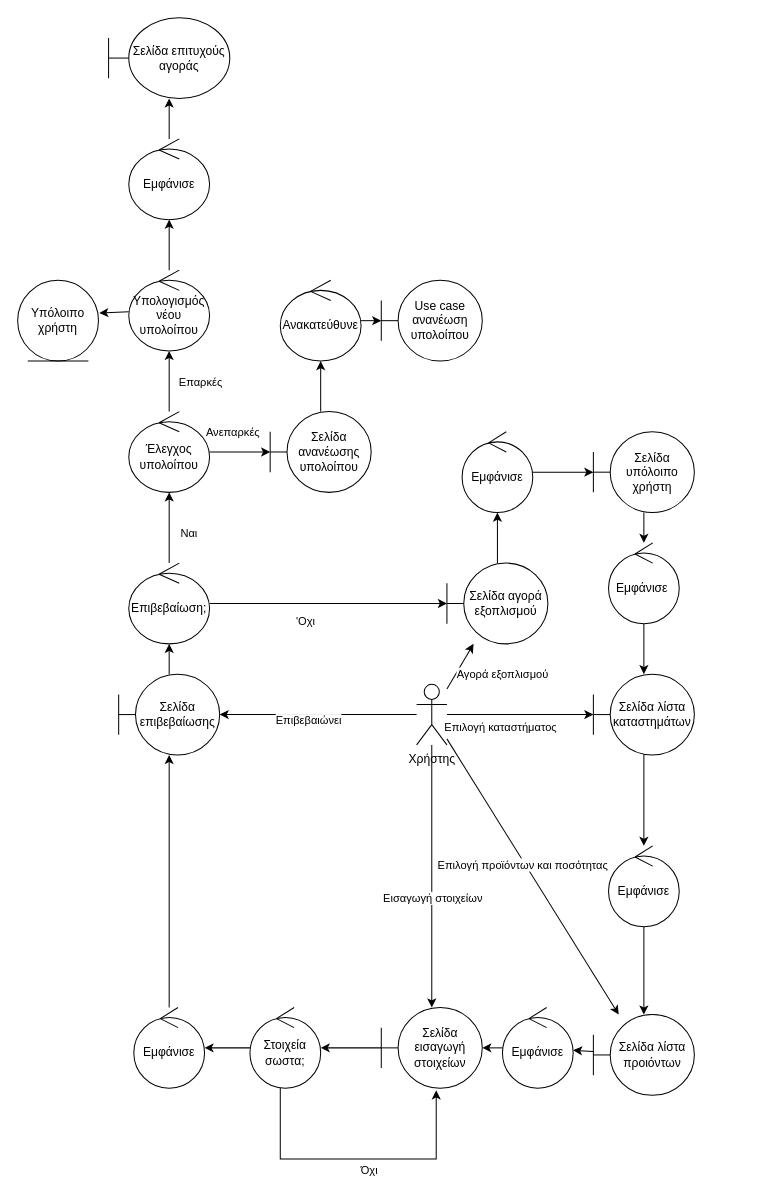
Earlier version of the draw.io diagram ΤΡΙΤΟ ΠΑΡΑΔΟΤΕΟ/Robustness-diagrams_v0.1/rd_αγορά_επαγγελματικού_εξοπλισμού.drawio (Dionkaps/Eu-Zin). Source tidied: cells renumbered, new cells numbered last; positions are measured from the earlier drawing's top-left corner, leaving out a move shared by most shapes. Both pictures are drawn from the tidied source at 101%, with x=0, y=0 at pixel (17, 17).
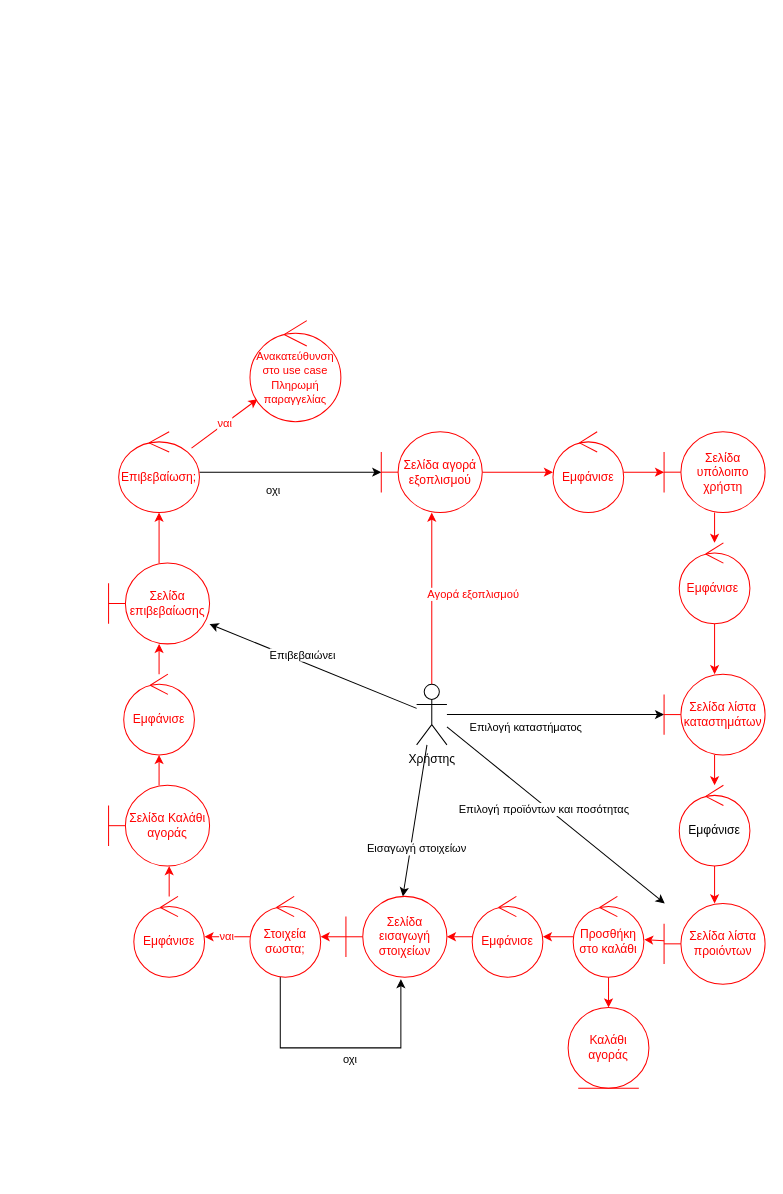
After the change.

The change refers to these unchanged cells:
```xml
<mxCell id="12" value="Χρήστης" style="shape=umlActor;verticalLabelPosition=bottom;verticalAlign=top;html=1;outlineConnect=0;" parent="1" vertex="1">
  <mxGeometry x="395" y="660" width="30" height="60" as="geometry" />
</mxCell>
<mxCell id="39" style="edgeStyle=none;rounded=0;jettySize=auto;html=1;" parent="1" edge="1" source="44" target="14">
  <mxGeometry relative="1" as="geometry" />
</mxCell>
```

What changed in the source:
```diff
@@
-    <mxCell id="2" style="rounded=0;jettySize=auto;html=1;" parent="1" edge="1" source="12" target="14">
+    <mxCell id="2" style="rounded=0;jettySize=auto;html=1;fillColor=#FF0000;strokeColor=#FF0000;" parent="1" edge="1" source="12" target="14">
       <mxGeometry relative="1" as="geometry" />
     </mxCell>
-    <mxCell id="3" value="Αγορά εξοπλισμού" style="edgeLabel;html=1;align=center;verticalAlign=middle;" parent="2" vertex="1">
+    <mxCell id="3" value="&lt;font color=&quot;#ff0000&quot;&gt;Αγορά εξοπλισμού&lt;/font&gt;" style="edgeLabel;html=1;align=center;verticalAlign=middle;" parent="2" vertex="1">
       <mxGeometry x="0.17" y="-4" relative="1" as="geometry">
         <mxPoint x="36" y="9" as="offset" />
       </mxGeometry>
     </mxCell>
@@
-    <mxCell id="13" style="rounded=0;jettySize=auto;html=1;" parent="1" edge="1" source="14" target="16">
+    <mxCell id="13" style="rounded=0;jettySize=auto;html=1;strokeColor=#FF0000;" parent="1" edge="1" source="14" target="16">
       <mxGeometry relative="1" as="geometry" />
     </mxCell>
-    <mxCell id="14" value="Σελίδα αγορά εξοπλισμού" style="shape=umlBoundary;whiteSpace=wrap;html=1;" parent="1" vertex="1">
-      <mxGeometry x="425" y="540" width="100" height="80" as="geometry" />
+    <mxCell id="14" value="&lt;font color=&quot;#ff0000&quot;&gt;Σελίδα αγορά εξοπλισμού&lt;/font&gt;" style="shape=umlBoundary;whiteSpace=wrap;html=1;strokeColor=#FF0000;" parent="1" vertex="1">
+      <mxGeometry x="360" y="410" width="100" height="80" as="geometry" />
     </mxCell>
-    <mxCell id="15" style="edgeStyle=none;rounded=0;jettySize=auto;html=1;" parent="1" edge="1" source="16" target="18">
+    <mxCell id="15" style="edgeStyle=none;rounded=0;jettySize=auto;html=1;strokeColor=#FF0000;" parent="1" edge="1" source="16" target="18">
       <mxGeometry relative="1" as="geometry" />
     </mxCell>
-    <mxCell id="16" value="Εμφάνισε" style="ellipse;shape=umlControl;whiteSpace=wrap;html=1;" parent="1" vertex="1">
-      <mxGeometry x="440" y="410" width="70" height="80" as="geometry" />
+    <mxCell id="16" value="&lt;font color=&quot;#ff0000&quot;&gt;Εμφάνισε&lt;/font&gt;" style="ellipse;shape=umlControl;whiteSpace=wrap;html=1;strokeColor=#FF0000;" parent="1" vertex="1">
+      <mxGeometry x="530" y="410" width="70" height="80" as="geometry" />
     </mxCell>
-    <mxCell id="17" style="edgeStyle=none;rounded=0;jettySize=auto;html=1;" parent="1" edge="1" source="18" target="20">
+    <mxCell id="17" style="edgeStyle=none;rounded=0;jettySize=auto;html=1;strokeColor=#FF0000;" parent="1" edge="1" source="18" target="20">
       <mxGeometry relative="1" as="geometry" />
     </mxCell>
-    <mxCell id="18" value="Σελίδα υπόλοιπο χρήστη" style="shape=umlBoundary;whiteSpace=wrap;html=1;" parent="1" vertex="1">
-      <mxGeometry x="570" y="410" width="100" height="80" as="geometry" />
+    <mxCell id="18" value="&lt;font color=&quot;#ff0000&quot;&gt;Σελίδα υπόλοιπο χρήστη&lt;/font&gt;" style="shape=umlBoundary;whiteSpace=wrap;html=1;strokeColor=#FF0000;" parent="1" vertex="1">
+      <mxGeometry x="640" y="410" width="100" height="80" as="geometry" />
     </mxCell>
-    <mxCell id="19" style="edgeStyle=none;rounded=0;jettySize=auto;html=1;" parent="1" edge="1" source="20" target="22">
+    <mxCell id="19" style="edgeStyle=none;rounded=0;jettySize=auto;html=1;strokeColor=#FF0000;" parent="1" edge="1" source="20" target="22">
       <mxGeometry relative="1" as="geometry" />
     </mxCell>
-    <mxCell id="20" value="Εμφάνισε&amp;nbsp;" style="ellipse;shape=umlControl;whiteSpace=wrap;html=1;" parent="1" vertex="1">
-      <mxGeometry x="585" y="520" width="70" height="80" as="geometry" />
+    <mxCell id="20" value="&lt;font color=&quot;#ff0000&quot;&gt;Εμφάνισε&amp;nbsp;&lt;/font&gt;" style="ellipse;shape=umlControl;whiteSpace=wrap;html=1;strokeColor=#FF0000;" parent="1" vertex="1">
+      <mxGeometry x="655" y="520" width="70" height="80" as="geometry" />
     </mxCell>
-    <mxCell id="21" style="edgeStyle=none;rounded=0;jettySize=auto;html=1;" parent="1" edge="1" source="22" target="24">
+    <mxCell id="21" style="edgeStyle=none;rounded=0;jettySize=auto;html=1;exitX=0.5;exitY=1;exitDx=0;exitDy=0;exitPerimeter=0;strokeColor=#FF0000;" parent="1" edge="1" source="22" target="24">
       <mxGeometry relative="1" as="geometry" />
     </mxCell>
-    <mxCell id="22" value="Σελίδα λίστα καταστημάτων" style="shape=umlBoundary;whiteSpace=wrap;html=1;" parent="1" vertex="1">
-      <mxGeometry x="570" y="650" width="100" height="80" as="geometry" />
+    <mxCell id="22" value="&lt;font color=&quot;#ff0000&quot;&gt;Σελίδα λίστα καταστημάτων&lt;/font&gt;" style="shape=umlBoundary;whiteSpace=wrap;html=1;strokeColor=#FF0000;" parent="1" vertex="1">
+      <mxGeometry x="640" y="650" width="100" height="80" as="geometry" />
     </mxCell>
-    <mxCell id="23" style="edgeStyle=none;rounded=0;jettySize=auto;html=1;" parent="1" edge="1" source="24" target="26">
+    <mxCell id="23" style="edgeStyle=none;rounded=0;jettySize=auto;html=1;strokeColor=#FF0000;" parent="1" edge="1" source="24" target="26">
       <mxGeometry relative="1" as="geometry" />
     </mxCell>
-    <mxCell id="24" value="Εμφάνισε" style="ellipse;shape=umlControl;whiteSpace=wrap;html=1;" parent="1" vertex="1">
-      <mxGeometry x="585" y="820" width="70" height="80" as="geometry" />
+    <mxCell id="24" value="Εμφάνισε" style="ellipse;shape=umlControl;whiteSpace=wrap;html=1;strokeColor=#FF0000;" parent="1" vertex="1">
+      <mxGeometry x="655" y="760" width="70" height="80" as="geometry" />
     </mxCell>
-    <mxCell id="25" style="edgeStyle=none;rounded=0;jettySize=auto;html=1;" parent="1" edge="1" source="26" target="28">
+    <mxCell id="25" style="edgeStyle=none;rounded=0;jettySize=auto;html=1;strokeColor=#FF0000;entryX=1.005;entryY=0.535;entryDx=0;entryDy=0;entryPerimeter=0;" parent="1" edge="1" source="26" target="66">
       <mxGeometry relative="1" as="geometry" />
     </mxCell>
-    <mxCell id="26" value="Σελίδα λίστα προιόντων" style="shape=umlBoundary;whiteSpace=wrap;html=1;" parent="1" vertex="1">
-      <mxGeometry x="570" y="987" width="100" height="80" as="geometry" />
+    <mxCell id="26" value="&lt;font color=&quot;#ff0000&quot;&gt;Σελίδα λίστα προιόντων&lt;/font&gt;" style="shape=umlBoundary;whiteSpace=wrap;html=1;strokeColor=#FF0000;" parent="1" vertex="1">
+      <mxGeometry x="640" y="877" width="100" height="80" as="geometry" />
     </mxCell>
-    <mxCell id="27" style="edgeStyle=none;rounded=0;jettySize=auto;html=1;" parent="1" edge="1" source="28" target="30">
-      <mxGeometry relative="1" as="geometry" />
+    <mxCell id="27" style="edgeStyle=none;rounded=0;jettySize=auto;html=1;strokeColor=#FF0000;" parent="1" edge="1" source="28" target="30">
+      <mxGeometry relative="1" as="geometry">
+        <Array as="points">
+          <mxPoint x="470" y="910" />
+        </Array>
+      </mxGeometry>
     </mxCell>
-    <mxCell id="28" value="Εμφάνισε" style="ellipse;shape=umlControl;whiteSpace=wrap;html=1;" parent="1" vertex="1">
-      <mxGeometry x="480" y="980" width="70" height="80" as="geometry" />
+    <mxCell id="28" value="&lt;font color=&quot;#ff0000&quot;&gt;Εμφάνισε&lt;/font&gt;" style="ellipse;shape=umlControl;whiteSpace=wrap;html=1;strokeColor=#FF0000;" parent="1" vertex="1">
+      <mxGeometry x="450" y="870" width="70" height="80" as="geometry" />
     </mxCell>
-    <mxCell id="29" style="edgeStyle=none;rounded=0;jettySize=auto;html=1;" parent="1" edge="1" source="30" target="34">
+    <mxCell id="29" style="edgeStyle=none;rounded=0;jettySize=auto;html=1;strokeColor=#FF0000;" parent="1" edge="1" source="30" target="34">
       <mxGeometry relative="1" as="geometry" />
     </mxCell>
-    <mxCell id="30" value="Σελίδα εισαγωγή στοιχείων" style="shape=umlBoundary;whiteSpace=wrap;html=1;" parent="1" vertex="1">
-      <mxGeometry x="360" y="980" width="100" height="80" as="geometry" />
+    <mxCell id="30" value="&lt;font color=&quot;#ff0000&quot;&gt;Σελίδα εισαγωγή στοιχείων&lt;/font&gt;" style="shape=umlBoundary;whiteSpace=wrap;html=1;strokeColor=#FF0000;" parent="1" vertex="1">
+      <mxGeometry x="325" y="870" width="100" height="80" as="geometry" />
     </mxCell>
     <mxCell id="31" style="edgeStyle=orthogonalEdgeStyle;rounded=0;jettySize=auto;html=1;entryX=0.544;entryY=1.025;entryDx=0;entryDy=0;entryPerimeter=0;" parent="1" edge="1" source="34" target="30">
       <mxGeometry relative="1" as="geometry">
         <Array as="points">
-          <mxPoint x="260" y="1130" />
-          <mxPoint x="414" y="1130" />
+          <mxPoint x="260" y="1020" />
+          <mxPoint x="380" y="1020" />
+          <mxPoint x="380" y="952" />
         </Array>
       </mxGeometry>
     </mxCell>
-    <mxCell id="32" value="Όχι" style="edgeLabel;html=1;align=center;verticalAlign=middle;" parent="31" vertex="1">
+    <mxCell id="32" value="οχι" style="edgeLabel;html=1;align=center;verticalAlign=middle;" parent="31" vertex="1">
       <mxGeometry x="0.08" y="-1" relative="1" as="geometry">
         <mxPoint y="9" as="offset" />
       </mxGeometry>
     </mxCell>
-    <mxCell id="33" style="edgeStyle=orthogonalEdgeStyle;rounded=0;jettySize=auto;html=1;" parent="1" edge="1" source="34" target="36">
+    <mxCell id="33" value="&lt;font color=&quot;#ff0000&quot;&gt;ναι&lt;/font&gt;" style="edgeStyle=orthogonalEdgeStyle;rounded=0;jettySize=auto;html=1;strokeColor=#FF0000;" parent="1" edge="1" source="34" target="36">
       <mxGeometry relative="1" as="geometry" />
     </mxCell>
-    <mxCell id="34" value="Στοιχεία σωστα;" style="ellipse;shape=umlControl;whiteSpace=wrap;html=1;" parent="1" vertex="1">
-      <mxGeometry x="230" y="980" width="70" height="80" as="geometry" />
+    <mxCell id="34" value="&lt;font color=&quot;#ff0000&quot;&gt;Στοιχεία σωστα;&lt;/font&gt;" style="ellipse;shape=umlControl;whiteSpace=wrap;html=1;strokeColor=#FF0000;" parent="1" vertex="1">
+      <mxGeometry x="230" y="870" width="70" height="80" as="geometry" />
     </mxCell>
-    <mxCell id="35" style="edgeStyle=orthogonalEdgeStyle;rounded=0;jettySize=auto;html=1;" parent="1" edge="1" source="36" target="38">
-      <mxGeometry relative="1" as="geometry" />
+    <mxCell id="35" style="edgeStyle=orthogonalEdgeStyle;rounded=0;jettySize=auto;html=1;strokeColor=#FF0000;" parent="1" edge="1" source="36">
+      <mxGeometry relative="1" as="geometry">
+        <mxPoint x="150" y="840" as="targetPoint" />
+      </mxGeometry>
     </mxCell>
-    <mxCell id="36" value="Εμφάνισε" style="ellipse;shape=umlControl;whiteSpace=wrap;html=1;" parent="1" vertex="1">
-      <mxGeometry x="115" y="980" width="70" height="80" as="geometry" />
+    <mxCell id="36" value="&lt;font color=&quot;#ff0000&quot;&gt;Εμφάνισε&lt;/font&gt;" style="ellipse;shape=umlControl;whiteSpace=wrap;html=1;strokeColor=#FF0000;" parent="1" vertex="1">
+      <mxGeometry x="115" y="870" width="70" height="80" as="geometry" />
     </mxCell>
-    <mxCell id="37" style="rounded=0;jettySize=auto;html=1;" parent="1" edge="1" source="38" target="44">
+    <mxCell id="37" style="rounded=0;jettySize=auto;html=1;strokeColor=#FF0000;" parent="1" edge="1" source="38" target="44">
       <mxGeometry relative="1" as="geometry" />
     </mxCell>
-    <mxCell id="38" value="Σελίδα επιβεβαίωσης" style="shape=umlBoundary;whiteSpace=wrap;html=1;" parent="1" vertex="1">
-      <mxGeometry x="100" y="650" width="100" height="80" as="geometry" />
+    <mxCell id="38" value="&lt;font color=&quot;#ff0000&quot;&gt;Σελίδα επιβεβαίωσης&lt;/font&gt;" style="shape=umlBoundary;whiteSpace=wrap;html=1;strokeColor=#FF0000;" parent="1" vertex="1">
+      <mxGeometry x="90" y="540" width="100" height="80" as="geometry" />
     </mxCell>
@@
-    <mxCell id="40" value="'Οχι" style="edgeLabel;html=1;align=center;verticalAlign=middle;" parent="39" vertex="1">
+    <mxCell id="40" value="οχι" style="edgeLabel;html=1;align=center;verticalAlign=middle;" parent="39" vertex="1">
       <mxGeometry x="-0.21" relative="1" as="geometry">
         <mxPoint x="1" y="17" as="offset" />
       </mxGeometry>
     </mxCell>
-    <mxCell id="41" style="edgeStyle=none;rounded=0;jettySize=auto;html=1;" parent="1" edge="1" target="49">
+    <mxCell id="41" style="edgeStyle=none;rounded=0;orthogonalLoop=1;jettySize=auto;html=1;" parent="1" edge="1">
       <mxGeometry relative="1" as="geometry">
-        <mxPoint x="148" y="470" as="sourcePoint" />
+        <mxPoint x="148" y="480.1" as="sourcePoint" />
+        <mxPoint x="148.9" y="480" as="targetPoint" />
       </mxGeometry>
     </mxCell>
-    <mxCell id="42" style="edgeStyle=none;rounded=0;jettySize=auto;html=1;" parent="1" edge="1" source="44" target="49">
-      <mxGeometry relative="1" as="geometry" />
-    </mxCell>
-    <mxCell id="43" value="Ναι&amp;nbsp;" style="edgeLabel;html=1;align=center;verticalAlign=middle;" parent="42" vertex="1">
-      <mxGeometry x="-0.62" y="-1" relative="1" as="geometry">
-        <mxPoint x="19" y="-17" as="offset" />
-      </mxGeometry>
-    </mxCell>
+    <mxCell id="62" value="ναι" style="rounded=0;jettySize=auto;html=1;strokeColor=#FF0000;fontColor=#FF0000;fillColor=#FF0000;" parent="1" edge="1" source="44" target="70">
+      <mxGeometry relative="1" as="geometry" />
+    </mxCell>
-    <mxCell id="44" value="Επιβεβαίωση;" style="ellipse;shape=umlControl;whiteSpace=wrap;html=1;" parent="1" vertex="1">
-      <mxGeometry x="110" y="540" width="80" height="80" as="geometry" />
+    <mxCell id="44" value="&lt;font color=&quot;#ff0000&quot;&gt;Επιβεβαίωση;&lt;/font&gt;" style="ellipse;shape=umlControl;whiteSpace=wrap;html=1;strokeColor=#FF0000;" parent="1" vertex="1">
+      <mxGeometry x="100" y="410" width="80" height="80" as="geometry" />
     </mxCell>
-    <mxCell id="45" style="edgeStyle=none;rounded=0;jettySize=auto;html=1;" parent="1" edge="1" source="49" target="52">
-      <mxGeometry relative="1" as="geometry" />
-    </mxCell>
-    <mxCell id="46" value="Επαρκές" style="edgeLabel;html=1;align=center;verticalAlign=middle;" parent="45" vertex="1">
-      <mxGeometry x="-0.43" y="1" relative="1" as="geometry">
-        <mxPoint x="31" y="-13" as="offset" />
-      </mxGeometry>
-    </mxCell>
-    <mxCell id="47" style="edgeStyle=none;rounded=0;jettySize=auto;html=1;" parent="1" edge="1" source="49" target="58">
-      <mxGeometry relative="1" as="geometry" />
-    </mxCell>
-    <mxCell id="48" value="Ανεπαρκές" style="edgeLabel;html=1;align=center;verticalAlign=middle;" parent="47" vertex="1">
-      <mxGeometry x="-0.39" y="2" relative="1" as="geometry">
-        <mxPoint x="4" y="-18" as="offset" />
-      </mxGeometry>
-    </mxCell>
-    <mxCell id="49" value="Έλεγχος υπολοίπου" style="ellipse;shape=umlControl;whiteSpace=wrap;html=1;" parent="1" vertex="1">
-      <mxGeometry x="110" y="390" width="80" height="80" as="geometry" />
-    </mxCell>
-    <mxCell id="50" style="edgeStyle=none;rounded=0;jettySize=auto;html=1;entryX=1.01;entryY=0.405;entryDx=0;entryDy=0;entryPerimeter=0;" parent="1" edge="1" source="52" target="53">
-      <mxGeometry relative="1" as="geometry" />
-    </mxCell>
-    <mxCell id="51" style="edgeStyle=none;rounded=0;jettySize=auto;html=1;" parent="1" edge="1" source="52" target="55">
-      <mxGeometry relative="1" as="geometry" />
-    </mxCell>
-    <mxCell id="52" value="Υπολογισμός νέου υπολοίπου" style="ellipse;shape=umlControl;whiteSpace=wrap;html=1;" parent="1" vertex="1">
-      <mxGeometry x="110" y="250" width="80" height="80" as="geometry" />
-    </mxCell>
-    <mxCell id="53" value="Υπόλοιπο χρήστη" style="ellipse;shape=umlEntity;whiteSpace=wrap;html=1;" parent="1" vertex="1">
-      <mxGeometry y="260" width="80" height="80" as="geometry" />
-    </mxCell>
-    <mxCell id="54" style="edgeStyle=none;rounded=0;jettySize=auto;html=1;" parent="1" edge="1" source="55" target="56">
-      <mxGeometry relative="1" as="geometry" />
-    </mxCell>
+    <mxCell id="63" value="Καλάθι αγοράς" style="ellipse;shape=umlEntity;whiteSpace=wrap;html=1;strokeColor=#FF0000;fontColor=#FF0000;" parent="1" vertex="1">
+      <mxGeometry x="545" y="980" width="80" height="80" as="geometry" />
+    </mxCell>
+    <mxCell id="64" style="edgeStyle=orthogonalEdgeStyle;rounded=0;jettySize=auto;html=1;strokeColor=#FF0000;fontColor=#FF0000;fillColor=#FF0000;" parent="1" edge="1" source="66" target="28">
+      <mxGeometry relative="1" as="geometry" />
+    </mxCell>
+    <mxCell id="65" style="edgeStyle=orthogonalEdgeStyle;rounded=0;jettySize=auto;html=1;strokeColor=#FF0000;fontColor=#FF0000;fillColor=#FF0000;" parent="1" edge="1" source="66" target="63">
+      <mxGeometry relative="1" as="geometry" />
+    </mxCell>
+    <mxCell id="66" value="Προσθήκη στο καλάθι" style="ellipse;shape=umlControl;whiteSpace=wrap;html=1;strokeColor=#FF0000;fontColor=#FF0000;" parent="1" vertex="1">
+      <mxGeometry x="550" y="870" width="70" height="80" as="geometry" />
+    </mxCell>
+    <mxCell id="67" style="edgeStyle=orthogonalEdgeStyle;rounded=0;jettySize=auto;html=1;strokeColor=#FF0000;fontColor=#FF0000;fillColor=#FF0000;" parent="1" edge="1" source="68" target="55">
+      <mxGeometry relative="1" as="geometry" />
+    </mxCell>
+    <mxCell id="68" value="Σελίδα Καλάθι αγοράς" style="shape=umlBoundary;whiteSpace=wrap;html=1;strokeColor=#FF0000;fontColor=#FF0000;" parent="1" vertex="1">
+      <mxGeometry x="90" y="760" width="100" height="80" as="geometry" />
+    </mxCell>
+    <mxCell id="69" style="edgeStyle=orthogonalEdgeStyle;rounded=0;jettySize=auto;html=1;strokeColor=#FF0000;fontColor=#FF0000;fillColor=#FF0000;" parent="1" edge="1" source="55" target="38">
+      <mxGeometry relative="1" as="geometry" />
+    </mxCell>
-    <mxCell id="55" value="Εμφάνισε" style="ellipse;shape=umlControl;whiteSpace=wrap;html=1;" parent="1" vertex="1">
-      <mxGeometry x="110" y="120" width="80" height="80" as="geometry" />
+    <mxCell id="55" value="Εμφάνισε" style="ellipse;shape=umlControl;whiteSpace=wrap;html=1;strokeColor=#FF0000;fontColor=#FF0000;" parent="1" vertex="1">
+      <mxGeometry x="105" y="650" width="70" height="80" as="geometry" />
     </mxCell>
-    <mxCell id="56" value="Σελίδα επιτυχούς αγοράς" style="shape=umlBoundary;whiteSpace=wrap;html=1;" parent="1" vertex="1">
-      <mxGeometry x="90" width="120" height="80" as="geometry" />
-    </mxCell>
-    <mxCell id="57" style="edgeStyle=none;rounded=0;jettySize=auto;html=1;" parent="1" edge="1" source="58" target="60">
-      <mxGeometry relative="1" as="geometry" />
-    </mxCell>
-    <mxCell id="58" value="Σελίδα ανανέωσης υπολοίπου" style="shape=umlBoundary;whiteSpace=wrap;html=1;" parent="1" vertex="1">
-      <mxGeometry x="250" y="390" width="100" height="80" as="geometry" />
-    </mxCell>
-    <mxCell id="59" style="edgeStyle=none;rounded=0;jettySize=auto;html=1;" parent="1" edge="1" source="60" target="61">
-      <mxGeometry relative="1" as="geometry" />
-    </mxCell>
-    <mxCell id="60" value="Ανακατεύθυνε" style="ellipse;shape=umlControl;whiteSpace=wrap;html=1;" parent="1" vertex="1">
-      <mxGeometry x="260" y="260" width="80" height="80" as="geometry" />
-    </mxCell>
-    <mxCell id="61" value="Use case ανανέωση υπολοίπου" style="shape=umlBoundary;whiteSpace=wrap;html=1;" parent="1" vertex="1">
-      <mxGeometry x="360" y="260" width="100" height="80" as="geometry" />
-    </mxCell>
+    <mxCell id="70" value="&lt;font style=&quot;font-size: 11px;&quot;&gt;Ανακατεύθυνση στο use case Πληρωμή παραγγελίας&lt;/font&gt;" style="ellipse;shape=umlControl;whiteSpace=wrap;html=1;strokeColor=#FF0000;fontColor=#FF0000;" parent="1" vertex="1">
+      <mxGeometry x="230" y="300" width="90" height="100" as="geometry" />
+    </mxCell>
```
